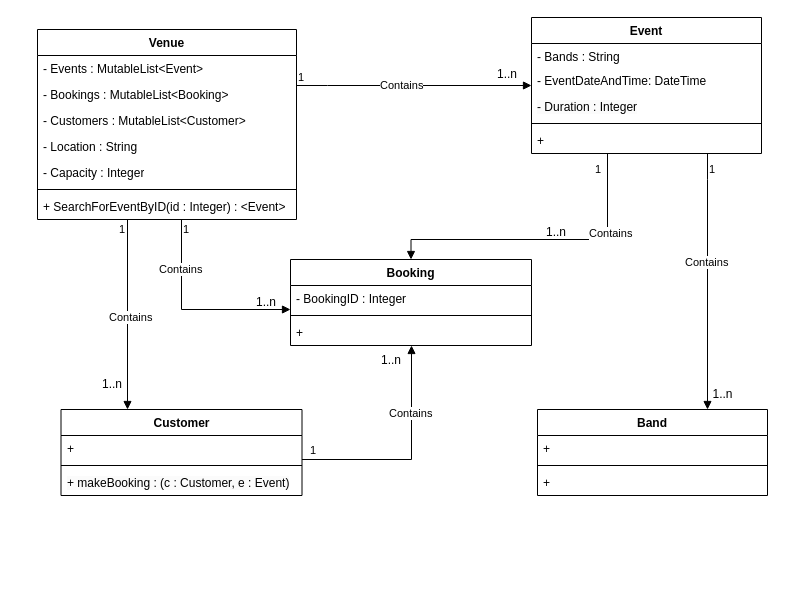
Above: MusicVenueClassDiagram.drawio in olliegroth/Object-Oriented-Design-And-Development (draw.io), before the change. Source tidied: cells renumbered, new cells numbered last; positions are measured from the earlier drawing's top-left corner, leaving out a move shared by most shapes. Both pictures are drawn from the tidied source at 100%, with x=0, y=0 at pixel (37, 17).
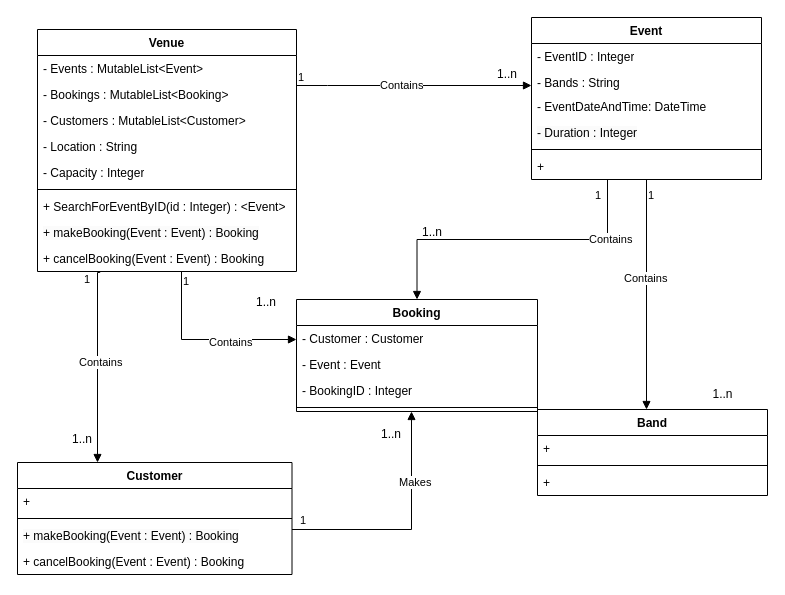
Above is the later version.

What changed in the source:
```diff
@@
     <mxCell id="2" value="Venue" style="swimlane;fontStyle=1;align=center;verticalAlign=top;horizontal=1;startSize=26;whiteSpace=wrap;html=1;" parent="1" vertex="1">
-      <mxGeometry y="12" width="259" height="190" as="geometry" />
+      <mxGeometry y="12" width="259" height="242" as="geometry" />
     </mxCell>
@@
+    <mxCell id="46" value="&lt;span style=&quot;color: rgb(0, 0, 0); font-family: Helvetica; font-size: 12px; font-style: normal; font-variant-ligatures: normal; font-variant-caps: normal; font-weight: 400; letter-spacing: normal; orphans: 2; text-align: left; text-indent: 0px; text-transform: none; widows: 2; word-spacing: 0px; -webkit-text-stroke-width: 0px; white-space: normal; background-color: rgb(251, 251, 251); text-decoration-thickness: initial; text-decoration-style: initial; text-decoration-color: initial; display: inline !important; float: none;&quot;&gt;+ makeBooking(Event : Event) : Booking&lt;/span&gt;" style="text;strokeColor=none;fillColor=none;align=left;verticalAlign=top;spacingLeft=4;spacingRight=4;overflow=hidden;whiteSpace=wrap;html=1;" parent="2" vertex="1">
+      <mxGeometry y="190" width="259" height="26" as="geometry" />
+    </mxCell>
+    <mxCell id="47" value="+ cancelBooking(Event : Event) : Booking" style="text;strokeColor=none;fillColor=none;align=left;verticalAlign=top;spacingLeft=4;spacingRight=4;overflow=hidden;whiteSpace=wrap;html=1;" parent="2" vertex="1">
+      <mxGeometry y="216" width="259" height="26" as="geometry" />
+    </mxCell>
     <mxCell id="10" value="Event" style="swimlane;fontStyle=1;align=center;verticalAlign=top;horizontal=1;startSize=26;whiteSpace=wrap;html=1;" parent="1" vertex="1">
-      <mxGeometry x="494" width="230" height="136" as="geometry" />
+      <mxGeometry x="494" width="230" height="162" as="geometry" />
     </mxCell>
+    <mxCell id="48" value="- EventID : Integer" style="text;strokeColor=none;fillColor=none;align=left;verticalAlign=top;spacingLeft=4;spacingRight=4;overflow=hidden;whiteSpace=wrap;html=1;" parent="10" vertex="1">
+      <mxGeometry y="26" width="230" height="26" as="geometry" />
+    </mxCell>
     <mxCell id="11" value="- Bands : String" style="text;strokeColor=none;fillColor=none;align=left;verticalAlign=top;spacingLeft=4;spacingRight=4;overflow=hidden;whiteSpace=wrap;html=1;" parent="10" vertex="1">
-      <mxGeometry y="26" width="230" height="24" as="geometry" />
+      <mxGeometry y="52" width="230" height="24" as="geometry" />
     </mxCell>
     <mxCell id="12" value="- EventDateAndTime: DateTime" style="text;strokeColor=none;fillColor=none;align=left;verticalAlign=top;spacingLeft=4;spacingRight=4;overflow=hidden;whiteSpace=wrap;html=1;" parent="10" vertex="1">
-      <mxGeometry y="50" width="230" height="26" as="geometry" />
+      <mxGeometry y="76" width="230" height="26" as="geometry" />
     </mxCell>
     <mxCell id="13" value="&lt;span style=&quot;color: rgb(0, 0, 0); font-family: Helvetica; font-size: 12px; font-style: normal; font-variant-ligatures: normal; font-variant-caps: normal; font-weight: 400; letter-spacing: normal; orphans: 2; text-align: left; text-indent: 0px; text-transform: none; widows: 2; word-spacing: 0px; -webkit-text-stroke-width: 0px; white-space: normal; background-color: rgb(251, 251, 251); text-decoration-thickness: initial; text-decoration-style: initial; text-decoration-color: initial; display: inline !important; float: none;&quot;&gt;- Duration : Integer&lt;/span&gt;" style="text;strokeColor=none;fillColor=none;align=left;verticalAlign=top;spacingLeft=4;spacingRight=4;overflow=hidden;whiteSpace=wrap;html=1;" parent="10" vertex="1">
-      <mxGeometry y="76" width="230" height="26" as="geometry" />
+      <mxGeometry y="102" width="230" height="26" as="geometry" />
     </mxCell>
     <mxCell id="14" style="line;strokeWidth=1;fillColor=none;align=left;verticalAlign=middle;spacingTop=-1;spacingLeft=3;spacingRight=3;labelPosition=right;strokeColor=inherit;" parent="10" vertex="1">
-      <mxGeometry y="102" width="230" height="8" as="geometry" />
+      <mxGeometry y="128" width="230" height="8" as="geometry" />
     </mxCell>
     <mxCell id="15" value="+" style="text;strokeColor=none;fillColor=none;align=left;verticalAlign=top;spacingLeft=4;spacingRight=4;overflow=hidden;whiteSpace=wrap;html=1;" parent="10" vertex="1">
-      <mxGeometry y="110" width="230" height="26" as="geometry" />
+      <mxGeometry y="136" width="230" height="26" as="geometry" />
     </mxCell>
     <mxCell id="16" value="Customer" style="swimlane;fontStyle=1;align=center;verticalAlign=top;horizontal=1;startSize=26;whiteSpace=wrap;html=1;" parent="1" vertex="1">
-      <mxGeometry x="23.5" y="392" width="241" height="86" as="geometry" />
+      <mxGeometry x="-20" y="445" width="274.5" height="112" as="geometry" />
     </mxCell>
     <mxCell id="17" value="+" style="text;strokeColor=none;fillColor=none;align=left;verticalAlign=top;spacingLeft=4;spacingRight=4;overflow=hidden;whiteSpace=wrap;html=1;" parent="16" vertex="1">
-      <mxGeometry y="26" width="241" height="26" as="geometry" />
+      <mxGeometry y="26" width="274.5" height="26" as="geometry" />
     </mxCell>
     <mxCell id="18" style="line;strokeWidth=1;fillColor=none;align=left;verticalAlign=middle;spacingTop=-1;spacingLeft=3;spacingRight=3;labelPosition=right;strokeColor=inherit;" parent="16" vertex="1">
-      <mxGeometry y="52" width="241" height="8" as="geometry" />
+      <mxGeometry y="52" width="274.5" height="8" as="geometry" />
     </mxCell>
-    <mxCell id="19" value="&lt;span style=&quot;color: rgb(0, 0, 0); font-family: Helvetica; font-size: 12px; font-style: normal; font-variant-ligatures: normal; font-variant-caps: normal; font-weight: 400; letter-spacing: normal; orphans: 2; text-align: left; text-indent: 0px; text-transform: none; widows: 2; word-spacing: 0px; -webkit-text-stroke-width: 0px; white-space: normal; background-color: rgb(251, 251, 251); text-decoration-thickness: initial; text-decoration-style: initial; text-decoration-color: initial; display: inline !important; float: none;&quot;&gt;+ makeBooking : (c : Customer, e : Event)&lt;/span&gt;" style="text;strokeColor=none;fillColor=none;align=left;verticalAlign=top;spacingLeft=4;spacingRight=4;overflow=hidden;whiteSpace=wrap;html=1;" parent="16" vertex="1">
-      <mxGeometry y="60" width="241" height="26" as="geometry" />
+    <mxCell id="19" value="&lt;span style=&quot;color: rgb(0, 0, 0); font-family: Helvetica; font-size: 12px; font-style: normal; font-variant-ligatures: normal; font-variant-caps: normal; font-weight: 400; letter-spacing: normal; orphans: 2; text-align: left; text-indent: 0px; text-transform: none; widows: 2; word-spacing: 0px; -webkit-text-stroke-width: 0px; white-space: normal; background-color: rgb(251, 251, 251); text-decoration-thickness: initial; text-decoration-style: initial; text-decoration-color: initial; display: inline !important; float: none;&quot;&gt;+ makeBooking(Event : Event) : Booking&lt;/span&gt;" style="text;strokeColor=none;fillColor=none;align=left;verticalAlign=top;spacingLeft=4;spacingRight=4;overflow=hidden;whiteSpace=wrap;html=1;" parent="16" vertex="1">
+      <mxGeometry y="60" width="274.5" height="26" as="geometry" />
     </mxCell>
+    <mxCell id="49" value="+ cancelBooking(Event : Event) : Booking" style="text;strokeColor=none;fillColor=none;align=left;verticalAlign=top;spacingLeft=4;spacingRight=4;overflow=hidden;whiteSpace=wrap;html=1;" parent="16" vertex="1">
+      <mxGeometry y="86" width="274.5" height="26" as="geometry" />
+    </mxCell>
     <mxCell id="20" value="Booking" style="swimlane;fontStyle=1;align=center;verticalAlign=top;horizontal=1;startSize=26;whiteSpace=wrap;html=1;" parent="1" vertex="1">
-      <mxGeometry x="253" y="242" width="241" height="86" as="geometry" />
+      <mxGeometry x="259" y="282" width="241" height="112" as="geometry" />
     </mxCell>
+    <mxCell id="50" value="- Customer : Customer" style="text;strokeColor=none;fillColor=none;align=left;verticalAlign=top;spacingLeft=4;spacingRight=4;overflow=hidden;whiteSpace=wrap;html=1;" parent="20" vertex="1">
+      <mxGeometry y="26" width="241" height="26" as="geometry" />
+    </mxCell>
+    <mxCell id="51" value="- Event : Event" style="text;strokeColor=none;fillColor=none;align=left;verticalAlign=top;spacingLeft=4;spacingRight=4;overflow=hidden;whiteSpace=wrap;html=1;" parent="20" vertex="1">
+      <mxGeometry y="52" width="241" height="26" as="geometry" />
+    </mxCell>
     <mxCell id="21" value="- BookingID : Integer" style="text;strokeColor=none;fillColor=none;align=left;verticalAlign=top;spacingLeft=4;spacingRight=4;overflow=hidden;whiteSpace=wrap;html=1;" parent="20" vertex="1">
-      <mxGeometry y="26" width="241" height="26" as="geometry" />
+      <mxGeometry y="78" width="241" height="26" as="geometry" />
     </mxCell>
     <mxCell id="22" style="line;strokeWidth=1;fillColor=none;align=left;verticalAlign=middle;spacingTop=-1;spacingLeft=3;spacingRight=3;labelPosition=right;strokeColor=inherit;" parent="20" vertex="1">
-      <mxGeometry y="52" width="241" height="8" as="geometry" />
+      <mxGeometry y="104" width="241" height="8" as="geometry" />
     </mxCell>
-    <mxCell id="23" value="+" style="text;strokeColor=none;fillColor=none;align=left;verticalAlign=top;spacingLeft=4;spacingRight=4;overflow=hidden;whiteSpace=wrap;html=1;" parent="20" vertex="1">
-      <mxGeometry y="60" width="241" height="26" as="geometry" />
-    </mxCell>
@@
     <mxCell id="34" value="Contains" style="endArrow=block;endFill=1;html=1;edgeStyle=orthogonalEdgeStyle;align=left;verticalAlign=top;rounded=0;" parent="1" edge="1" source="10" target="20">
-      <mxGeometry x="-0.56" y="-20" relative="1" as="geometry">
+      <mxGeometry x="-0.7" y="-20" relative="1" as="geometry">
         <Array as="points">
           <mxPoint x="570" y="222" />
         </Array>
       </mxGeometry>
     </mxCell>
@@
     <mxCell id="36" value="1..n" style="text;strokeColor=none;align=center;fillColor=none;html=1;verticalAlign=middle;whiteSpace=wrap;rounded=0;" parent="1" vertex="1">
-      <mxGeometry x="494" y="200" width="50" height="30" as="geometry" />
+      <mxGeometry x="370" y="200" width="50" height="30" as="geometry" />
     </mxCell>
-    <mxCell id="37" value="Contains" style="endArrow=block;endFill=1;html=1;edgeStyle=orthogonalEdgeStyle;align=left;verticalAlign=top;rounded=0;" parent="1" edge="1" source="16" target="20">
-      <mxGeometry x="0.52" y="24" relative="1" as="geometry">
+    <mxCell id="37" value="Makes" style="endArrow=block;endFill=1;html=1;edgeStyle=orthogonalEdgeStyle;align=left;verticalAlign=top;rounded=0;" parent="1" edge="1" source="16" target="20">
+      <mxGeometry x="0.52" y="14" relative="1" as="geometry">
         <Array as="points">
-          <mxPoint x="374" y="442" />
+          <mxPoint x="374" y="512" />
         </Array>
         <mxPoint y="1" as="offset" />
       </mxGeometry>
     </mxCell>
@@
     <mxCell id="39" value="1..n" style="text;strokeColor=none;align=center;fillColor=none;html=1;verticalAlign=middle;whiteSpace=wrap;rounded=0;" parent="1" vertex="1">
-      <mxGeometry x="334" y="328" width="40" height="30" as="geometry" />
+      <mxGeometry x="334" y="402" width="40" height="30" as="geometry" />
     </mxCell>
     <mxCell id="40" value="Contains" style="endArrow=block;endFill=1;html=1;edgeStyle=orthogonalEdgeStyle;align=left;verticalAlign=top;rounded=0;" parent="1" edge="1" source="2" target="20">
-      <mxGeometry x="-0.63" y="-24" relative="1" as="geometry">
+      <mxGeometry x="0.03" y="10" relative="1" as="geometry">
         <Array as="points">
-          <mxPoint x="144" y="292" />
+          <mxPoint x="144" y="322" />
         </Array>
       </mxGeometry>
     </mxCell>
@@
     <mxCell id="43" value="Contains" style="endArrow=block;endFill=1;html=1;edgeStyle=orthogonalEdgeStyle;align=left;verticalAlign=top;rounded=0;" parent="1" edge="1">
-      <mxGeometry x="-0.11" y="-20" relative="1" as="geometry">
-        <mxPoint x="90" y="202" as="sourcePoint" />
-        <mxPoint x="90" y="392" as="targetPoint" />
+      <mxGeometry x="-0.17" y="-20" relative="1" as="geometry">
+        <mxPoint x="62.3" y="254" as="sourcePoint" />
+        <mxPoint x="60" y="445" as="targetPoint" />
+        <Array as="points">
+          <mxPoint x="62" y="255" />
+          <mxPoint x="60" y="255" />
+        </Array>
       </mxGeometry>
     </mxCell>
     <mxCell id="44" value="1" style="edgeLabel;html=1;align=left;verticalAlign=bottom;" parent="43" vertex="1">
       <mxGeometry x="-1" relative="1" as="geometry">
-        <mxPoint x="-10" y="18" as="offset" />
+        <mxPoint x="-17" y="16" as="offset" />
       </mxGeometry>
     </mxCell>
     <mxCell id="45" value="1..n" style="text;strokeColor=none;align=center;fillColor=none;html=1;verticalAlign=middle;whiteSpace=wrap;rounded=0;" parent="1" vertex="1">
-      <mxGeometry x="60" y="352" width="30" height="30" as="geometry" />
+      <mxGeometry x="30" y="412" width="30" height="20" as="geometry" />
     </mxCell>
```
